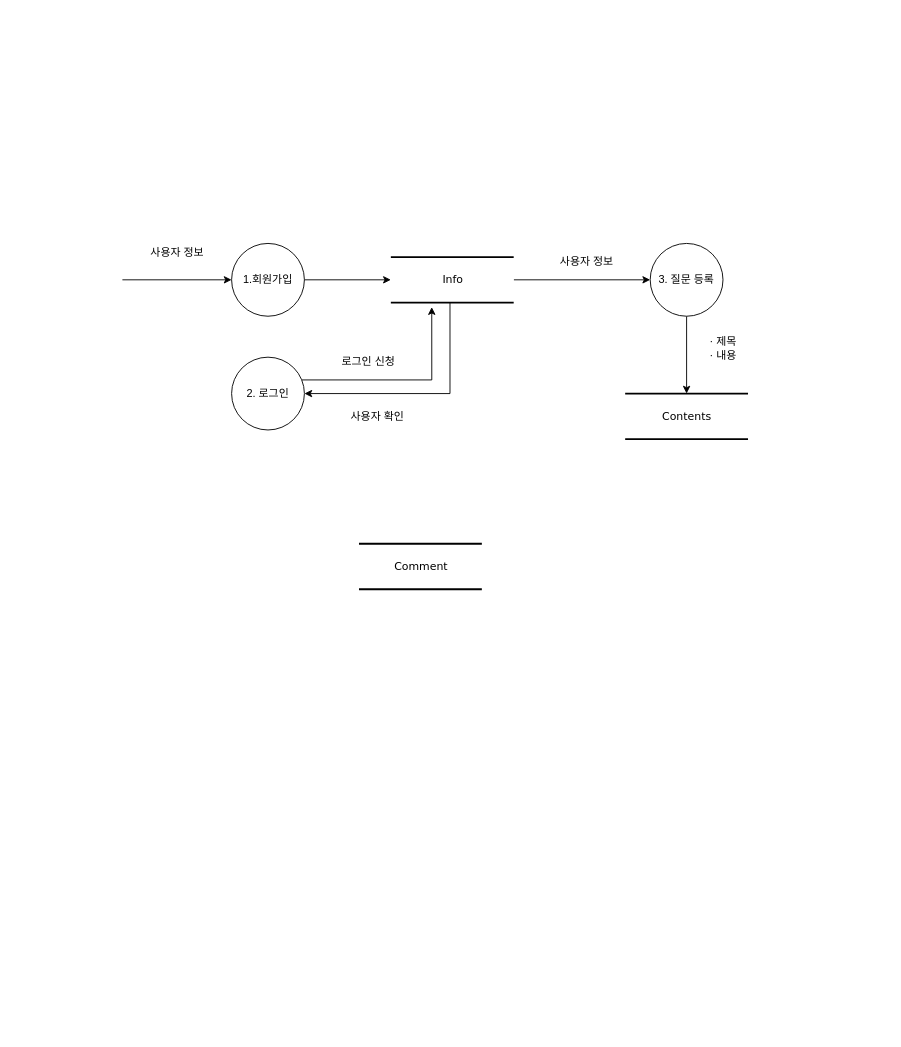
Above: Untitled Diagram.drawio in gmg0521/whY (draw.io), before the change. Source tidied: cells renumbered, new cells numbered last; positions are measured from the earlier drawing's top-left corner, leaving out a move shared by most shapes. Both pictures are drawn from the tidied source at 91%, with x=0, y=0 at pixel (122, 243).
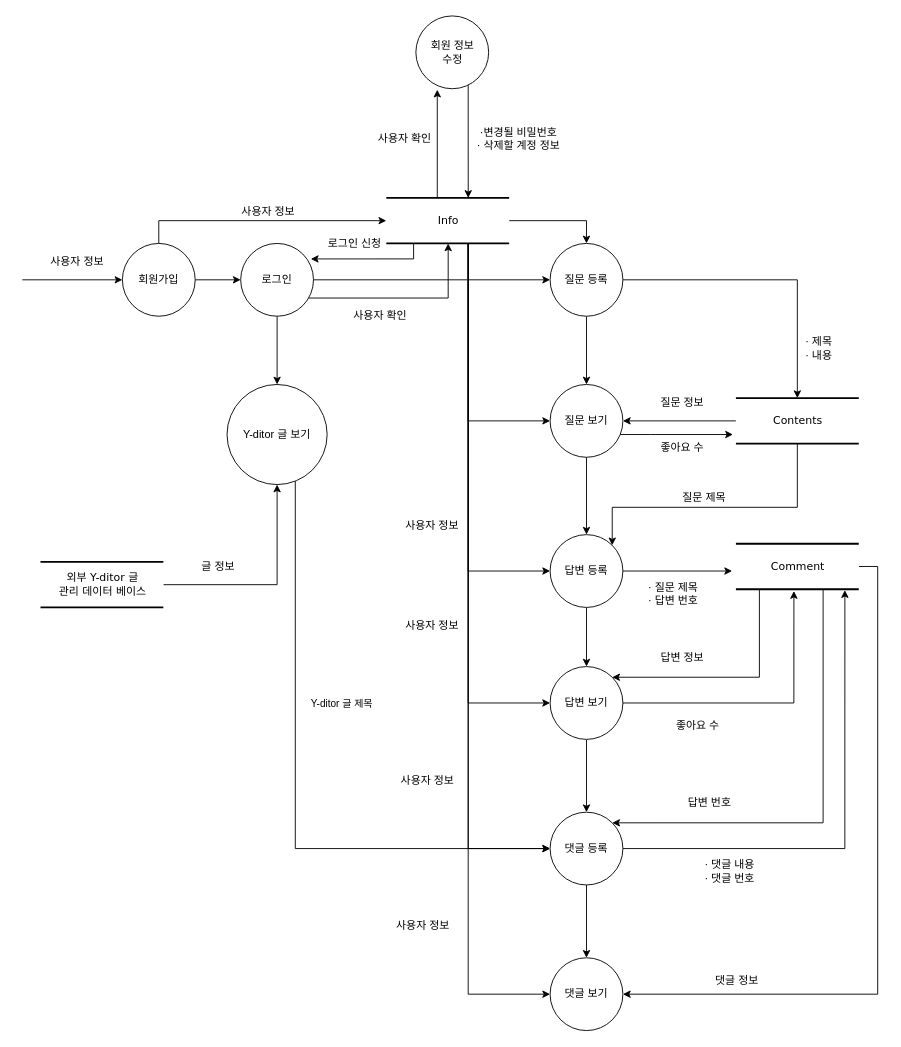
After the change.

Change to the diagram source:
```diff
@@
+    <mxCell id="19" style="edgeStyle=orthogonalEdgeStyle;rounded=0;jettySize=auto;html=1;entryX=1;entryY=0.5;entryDx=0;entryDy=0;" parent="1" edge="1" source="2" target="36">
+      <mxGeometry relative="1" as="geometry" />
+    </mxCell>
+    <mxCell id="20" style="edgeStyle=orthogonalEdgeStyle;rounded=0;jettySize=auto;html=1;entryX=1;entryY=0;entryDx=0;entryDy=0;" parent="1" edge="1" source="2" target="40">
+      <mxGeometry relative="1" as="geometry">
+        <Array as="points">
+          <mxPoint x="742" y="290" />
+          <mxPoint x="538" y="290" />
+        </Array>
+      </mxGeometry>
+    </mxCell>
     <mxCell id="2" value="Contents" style="html=1;rounded=0;shadow=0;comic=0;labelBackgroundColor=none;strokeWidth=2;fontFamily=Verdana;fontSize=12;align=center;shape=mxgraph.ios7ui.horLines;" parent="1" vertex="1">
-      <mxGeometry x="552.5" y="165" width="135" height="50" as="geometry" />
+      <mxGeometry x="674.2" y="170" width="135" height="50" as="geometry" />
     </mxCell>
+    <mxCell id="21" style="edgeStyle=orthogonalEdgeStyle;rounded=0;jettySize=auto;html=1;entryX=1;entryY=0;entryDx=0;entryDy=0;" parent="1" edge="1" source="3" target="46">
+      <mxGeometry relative="1" as="geometry">
+        <Array as="points">
+          <mxPoint x="700" y="477" />
+        </Array>
+      </mxGeometry>
+    </mxCell>
+    <mxCell id="22" style="edgeStyle=orthogonalEdgeStyle;rounded=0;jettySize=auto;html=1;entryX=1;entryY=0;entryDx=0;entryDy=0;" parent="1" edge="1" source="3" target="53">
+      <mxGeometry relative="1" as="geometry">
+        <Array as="points">
+          <mxPoint x="770" y="637" />
+        </Array>
+      </mxGeometry>
+    </mxCell>
+    <mxCell id="23" style="edgeStyle=orthogonalEdgeStyle;rounded=0;jettySize=auto;html=1;entryX=1;entryY=0.5;entryDx=0;entryDy=0;" parent="1" edge="1" source="3" target="57">
+      <mxGeometry relative="1" as="geometry">
+        <Array as="points">
+          <mxPoint x="830" y="355" />
+          <mxPoint x="830" y="825" />
+        </Array>
+      </mxGeometry>
+    </mxCell>
     <mxCell id="3" value="Comment" style="html=1;rounded=0;shadow=0;comic=0;labelBackgroundColor=none;strokeWidth=2;fontFamily=Verdana;fontSize=12;align=center;shape=mxgraph.ios7ui.horLines;" parent="1" vertex="1">
-      <mxGeometry x="260" y="330" width="135" height="50" as="geometry" />
+      <mxGeometry x="674.2" y="330" width="135" height="50" as="geometry" />
     </mxCell>
+    <mxCell id="24" style="edgeStyle=orthogonalEdgeStyle;rounded=0;jettySize=auto;html=1;" parent="1" edge="1" source="6" target="36">
+      <mxGeometry relative="1" as="geometry">
+        <Array as="points">
+          <mxPoint x="380" y="195" />
+        </Array>
+      </mxGeometry>
+    </mxCell>
+    <mxCell id="25" style="edgeStyle=orthogonalEdgeStyle;rounded=0;jettySize=auto;html=1;entryX=0;entryY=0.5;entryDx=0;entryDy=0;" parent="1" edge="1" source="6" target="40">
+      <mxGeometry relative="1" as="geometry">
+        <Array as="points">
+          <mxPoint x="380" y="360" />
+        </Array>
+      </mxGeometry>
+    </mxCell>
+    <mxCell id="26" style="edgeStyle=orthogonalEdgeStyle;rounded=0;jettySize=auto;html=1;entryX=0;entryY=0.5;entryDx=0;entryDy=0;" parent="1" edge="1" source="6" target="46">
+      <mxGeometry relative="1" as="geometry">
+        <Array as="points">
+          <mxPoint x="380" y="505" />
+        </Array>
+      </mxGeometry>
+    </mxCell>
+    <mxCell id="27" style="edgeStyle=orthogonalEdgeStyle;rounded=0;jettySize=auto;html=1;entryX=0;entryY=0.5;entryDx=0;entryDy=0;" parent="1" edge="1" source="6" target="53">
+      <mxGeometry relative="1" as="geometry">
+        <Array as="points">
+          <mxPoint x="380" y="665" />
+        </Array>
+      </mxGeometry>
+    </mxCell>
+    <mxCell id="28" style="edgeStyle=orthogonalEdgeStyle;rounded=0;jettySize=auto;html=1;entryX=0;entryY=0.5;entryDx=0;entryDy=0;" parent="1" edge="1" source="6" target="57">
+      <mxGeometry relative="1" as="geometry">
+        <Array as="points">
+          <mxPoint x="380" y="825" />
+        </Array>
+      </mxGeometry>
+    </mxCell>
+    <mxCell id="29" style="edgeStyle=orthogonalEdgeStyle;rounded=0;jettySize=auto;html=1;entryX=0.294;entryY=1.013;entryDx=0;entryDy=0;entryPerimeter=0;" parent="1" edge="1" source="6" target="61">
+      <mxGeometry relative="1" as="geometry">
+        <Array as="points">
+          <mxPoint x="346" y="-20" />
+          <mxPoint x="346" y="-20" />
+        </Array>
+      </mxGeometry>
+    </mxCell>
-    <mxCell id="4" style="edgeStyle=orthogonalEdgeStyle;rounded=0;jettySize=auto;html=1;entryX=1;entryY=0.5;entryDx=0;entryDy=0;" parent="1" edge="1" source="6" target="12">
+    <mxCell id="4" style="edgeStyle=orthogonalEdgeStyle;rounded=0;jettySize=auto;html=1;entryX=0.963;entryY=0.213;entryDx=0;entryDy=0;entryPerimeter=0;" parent="1" edge="1" source="6" target="12">
       <mxGeometry relative="1" as="geometry">
         <Array as="points">
-          <mxPoint x="360" y="165" />
+          <mxPoint x="320" y="17" />
         </Array>
       </mxGeometry>
     </mxCell>
-    <mxCell id="5" style="edgeStyle=orthogonalEdgeStyle;rounded=0;jettySize=auto;html=1;entryX=0;entryY=0.5;entryDx=0;entryDy=0;" parent="1" edge="1" source="6" target="16">
+    <mxCell id="5" style="edgeStyle=orthogonalEdgeStyle;rounded=0;jettySize=auto;html=1;entryX=0.5;entryY=0;entryDx=0;entryDy=0;" parent="1" edge="1" source="6" target="16">
       <mxGeometry relative="1" as="geometry" />
     </mxCell>
     <mxCell id="6" value="Info" style="html=1;rounded=0;shadow=0;comic=0;labelBackgroundColor=none;strokeWidth=2;fontFamily=Verdana;fontSize=12;align=center;shape=mxgraph.ios7ui.horLines;" parent="1" vertex="1">
-      <mxGeometry x="295" y="15" width="135" height="50" as="geometry" />
+      <mxGeometry x="290" y="-50" width="135" height="50" as="geometry" />
     </mxCell>
     <mxCell id="7" style="endArrow=classic;html=1;rounded=0;entryX=0;entryY=0.5;entryDx=0;entryDy=0;" parent="1" edge="1" target="9">
       <mxGeometry relative="1" as="geometry">
-        <mxPoint y="40" as="sourcePoint" />
+        <mxPoint x="-110" y="40" as="sourcePoint" />
       </mxGeometry>
     </mxCell>
+    <mxCell id="30" style="edgeStyle=orthogonalEdgeStyle;rounded=0;jettySize=auto;html=1;" parent="1" edge="1" source="9" target="12">
+      <mxGeometry relative="1" as="geometry" />
+    </mxCell>
     <mxCell id="8" style="edgeStyle=orthogonalEdgeStyle;rounded=0;jettySize=auto;html=1;" parent="1" edge="1" source="9" target="6">
-      <mxGeometry relative="1" as="geometry" />
+      <mxGeometry relative="1" as="geometry">
+        <Array as="points">
+          <mxPoint x="40" y="-25" />
+        </Array>
+      </mxGeometry>
     </mxCell>
-    <mxCell id="9" value="1.회원가입" style="ellipse;whiteSpace=wrap;html=1;" parent="1" vertex="1">
-      <mxGeometry x="120" width="80" height="80" as="geometry" />
+    <mxCell id="9" value="회원가입" style="ellipse;whiteSpace=wrap;html=1;" parent="1" vertex="1">
+      <mxGeometry width="80" height="80" as="geometry" />
     </mxCell>
     <mxCell id="10" value="사용자 정보" style="text;html=1;align=center;verticalAlign=middle;strokeColor=none;fillColor=none;" parent="1" vertex="1">
-      <mxGeometry x="20" width="80" height="20" as="geometry" />
+      <mxGeometry x="-90" y="10" width="80" height="20" as="geometry" />
     </mxCell>
+    <mxCell id="31" style="edgeStyle=orthogonalEdgeStyle;rounded=0;jettySize=auto;html=1;" parent="1" edge="1" source="12" target="66">
+      <mxGeometry relative="1" as="geometry" />
+    </mxCell>
-    <mxCell id="11" style="edgeStyle=orthogonalEdgeStyle;rounded=0;jettySize=auto;html=1;entryX=0.333;entryY=1.1;entryDx=0;entryDy=0;entryPerimeter=0;" parent="1" edge="1" source="12" target="6">
+    <mxCell id="11" style="edgeStyle=orthogonalEdgeStyle;rounded=0;jettySize=auto;html=1;" parent="1" edge="1" source="12" target="6">
       <mxGeometry relative="1" as="geometry">
         <Array as="points">
-          <mxPoint x="340" y="150" />
+          <mxPoint x="358" y="60" />
         </Array>
       </mxGeometry>
     </mxCell>
+    <mxCell id="32" style="edgeStyle=orthogonalEdgeStyle;rounded=0;jettySize=auto;html=1;" parent="1" edge="1" source="12" target="16">
+      <mxGeometry relative="1" as="geometry" />
+    </mxCell>
-    <mxCell id="12" value="2. 로그인" style="ellipse;whiteSpace=wrap;html=1;" parent="1" vertex="1">
-      <mxGeometry x="120" y="125" width="80" height="80" as="geometry" />
+    <mxCell id="12" value="로그인" style="ellipse;whiteSpace=wrap;html=1;" parent="1" vertex="1">
+      <mxGeometry x="130" width="80" height="80" as="geometry" />
     </mxCell>
     <mxCell id="13" value="사용자 확인" style="text;html=1;align=center;verticalAlign=middle;strokeColor=none;fillColor=none;" parent="1" vertex="1">
-      <mxGeometry x="240" y="180" width="80" height="20" as="geometry" />
+      <mxGeometry x="242.5" y="70" width="80" height="20" as="geometry" />
     </mxCell>
     <mxCell id="14" value="로그인 신청" style="text;html=1;align=center;verticalAlign=middle;strokeColor=none;fillColor=none;" parent="1" vertex="1">
-      <mxGeometry x="230" y="120" width="80" height="20" as="geometry" />
+      <mxGeometry x="215" y="-10" width="80" height="20" as="geometry" />
     </mxCell>
@@
+    <mxCell id="33" style="edgeStyle=orthogonalEdgeStyle;rounded=0;jettySize=auto;html=1;entryX=0.5;entryY=0;entryDx=0;entryDy=0;" parent="1" edge="1" source="16" target="36">
+      <mxGeometry relative="1" as="geometry" />
+    </mxCell>
-    <mxCell id="16" value="3. 질문 등록" style="ellipse;whiteSpace=wrap;html=1;" parent="1" vertex="1">
-      <mxGeometry x="580" width="80" height="80" as="geometry" />
+    <mxCell id="16" value="질문 등록" style="ellipse;whiteSpace=wrap;html=1;" parent="1" vertex="1">
+      <mxGeometry x="470" width="80" height="80" as="geometry" />
     </mxCell>
-    <mxCell id="17" value="사용자 정보" style="text;html=1;align=center;verticalAlign=middle;strokeColor=none;fillColor=none;" parent="1" vertex="1">
-      <mxGeometry x="470" y="10" width="80" height="20" as="geometry" />
-    </mxCell>
     <mxCell id="18" value="· 제목&lt;br&gt;· 내용" style="text;html=1;align=center;verticalAlign=middle;strokeColor=none;fillColor=none;" parent="1" vertex="1">
-      <mxGeometry x="635" y="100" width="50" height="30" as="geometry" />
+      <mxGeometry x="740" y="100" width="50" height="30" as="geometry" />
     </mxCell>
+    <mxCell id="34" style="edgeStyle=orthogonalEdgeStyle;rounded=0;jettySize=auto;html=1;entryX=-0.024;entryY=0.8;entryDx=0;entryDy=0;entryPerimeter=0;" parent="1" edge="1" source="36" target="2">
+      <mxGeometry relative="1" as="geometry">
+        <Array as="points">
+          <mxPoint x="580" y="210" />
+          <mxPoint x="580" y="210" />
+        </Array>
+      </mxGeometry>
+    </mxCell>
+    <mxCell id="35" style="edgeStyle=orthogonalEdgeStyle;rounded=0;jettySize=auto;html=1;entryX=0.5;entryY=0;entryDx=0;entryDy=0;" parent="1" edge="1" source="36" target="40">
+      <mxGeometry relative="1" as="geometry" />
+    </mxCell>
+    <mxCell id="36" value="질문 보기" style="ellipse;whiteSpace=wrap;html=1;" parent="1" vertex="1">
+      <mxGeometry x="470" y="155" width="80" height="80" as="geometry" />
+    </mxCell>
+    <mxCell id="37" value="질문 정보" style="text;html=1;align=center;verticalAlign=middle;strokeColor=none;fillColor=none;" parent="1" vertex="1">
+      <mxGeometry x="580" y="165" width="70" height="20" as="geometry" />
+    </mxCell>
+    <mxCell id="38" style="edgeStyle=orthogonalEdgeStyle;rounded=0;jettySize=auto;html=1;entryX=-0.031;entryY=0.6;entryDx=0;entryDy=0;entryPerimeter=0;" parent="1" edge="1" source="40" target="3">
+      <mxGeometry relative="1" as="geometry" />
+    </mxCell>
+    <mxCell id="39" style="edgeStyle=orthogonalEdgeStyle;rounded=0;jettySize=auto;html=1;" parent="1" edge="1" source="40" target="46">
+      <mxGeometry relative="1" as="geometry" />
+    </mxCell>
+    <mxCell id="40" value="답변 등록" style="ellipse;whiteSpace=wrap;html=1;" parent="1" vertex="1">
+      <mxGeometry x="470" y="320" width="80" height="80" as="geometry" />
+    </mxCell>
+    <mxCell id="41" value="질문 제목" style="text;html=1;align=center;verticalAlign=middle;strokeColor=none;fillColor=none;" parent="1" vertex="1">
+      <mxGeometry x="604.2" y="270" width="70" height="20" as="geometry" />
+    </mxCell>
+    <mxCell id="42" value="· 질문 제목&lt;br&gt;· 답변 번호" style="text;html=1;align=center;verticalAlign=middle;strokeColor=none;fillColor=none;" parent="1" vertex="1">
+      <mxGeometry x="570" y="370" width="70" height="30" as="geometry" />
+    </mxCell>
+    <mxCell id="43" value="사용자 정보" style="text;html=1;align=center;verticalAlign=middle;strokeColor=none;fillColor=none;" parent="1" vertex="1">
+      <mxGeometry x="300" y="300" width="80" height="20" as="geometry" />
+    </mxCell>
+    <mxCell id="44" style="edgeStyle=orthogonalEdgeStyle;rounded=0;jettySize=auto;html=1;entryX=0.472;entryY=1.04;entryDx=0;entryDy=0;entryPerimeter=0;" parent="1" edge="1" source="46" target="3">
+      <mxGeometry relative="1" as="geometry" />
+    </mxCell>
+    <mxCell id="45" style="edgeStyle=orthogonalEdgeStyle;rounded=0;jettySize=auto;html=1;" parent="1" edge="1" source="46" target="53">
+      <mxGeometry relative="1" as="geometry" />
+    </mxCell>
+    <mxCell id="46" value="답변 보기" style="ellipse;whiteSpace=wrap;html=1;" parent="1" vertex="1">
+      <mxGeometry x="470" y="465" width="80" height="80" as="geometry" />
+    </mxCell>
+    <mxCell id="47" value="사용자 정보" style="text;html=1;align=center;verticalAlign=middle;strokeColor=none;fillColor=none;" parent="1" vertex="1">
+      <mxGeometry x="300" y="410" width="80" height="20" as="geometry" />
+    </mxCell>
+    <mxCell id="48" value="답변 정보" style="text;html=1;align=center;verticalAlign=middle;strokeColor=none;fillColor=none;" parent="1" vertex="1">
+      <mxGeometry x="580" y="445" width="70" height="20" as="geometry" />
+    </mxCell>
+    <mxCell id="49" value="좋아요 수" style="text;html=1;align=center;verticalAlign=middle;strokeColor=none;fillColor=none;" parent="1" vertex="1">
+      <mxGeometry x="580" y="215" width="70" height="20" as="geometry" />
+    </mxCell>
+    <mxCell id="50" value="좋아요 수" style="text;html=1;align=center;verticalAlign=middle;strokeColor=none;fillColor=none;" parent="1" vertex="1">
+      <mxGeometry x="596.7" y="520" width="70" height="20" as="geometry" />
+    </mxCell>
+    <mxCell id="51" style="edgeStyle=orthogonalEdgeStyle;rounded=0;jettySize=auto;html=1;entryX=0.887;entryY=1.02;entryDx=0;entryDy=0;entryPerimeter=0;" parent="1" edge="1" source="53" target="3">
+      <mxGeometry relative="1" as="geometry" />
+    </mxCell>
+    <mxCell id="52" style="edgeStyle=orthogonalEdgeStyle;rounded=0;jettySize=auto;html=1;" parent="1" edge="1" source="53" target="57">
+      <mxGeometry relative="1" as="geometry" />
+    </mxCell>
+    <mxCell id="53" value="댓글 등록" style="ellipse;whiteSpace=wrap;html=1;" parent="1" vertex="1">
+      <mxGeometry x="470" y="625" width="80" height="80" as="geometry" />
+    </mxCell>
+    <mxCell id="54" value="사용자 정보" style="text;html=1;align=center;verticalAlign=middle;strokeColor=none;fillColor=none;" parent="1" vertex="1">
+      <mxGeometry x="295" y="580" width="80" height="20" as="geometry" />
+    </mxCell>
+    <mxCell id="55" value="답변 번호" style="text;html=1;align=center;verticalAlign=middle;strokeColor=none;fillColor=none;" parent="1" vertex="1">
+      <mxGeometry x="610" y="605" width="70" height="20" as="geometry" />
+    </mxCell>
+    <mxCell id="56" value="· 댓글 내용&lt;br&gt;· 댓글 번호" style="text;html=1;align=center;verticalAlign=middle;strokeColor=none;fillColor=none;" parent="1" vertex="1">
+      <mxGeometry x="631.7" y="675" width="70" height="30" as="geometry" />
+    </mxCell>
+    <mxCell id="57" value="댓글 보기" style="ellipse;whiteSpace=wrap;html=1;" parent="1" vertex="1">
+      <mxGeometry x="470" y="785" width="80" height="80" as="geometry" />
+    </mxCell>
+    <mxCell id="58" value="사용자 정보" style="text;html=1;align=center;verticalAlign=middle;strokeColor=none;fillColor=none;" parent="1" vertex="1">
+      <mxGeometry x="290" y="740" width="80" height="20" as="geometry" />
+    </mxCell>
+    <mxCell id="59" value="댓글 정보" style="text;html=1;align=center;verticalAlign=middle;strokeColor=none;fillColor=none;" parent="1" vertex="1">
+      <mxGeometry x="640" y="800" width="70" height="20" as="geometry" />
+    </mxCell>
+    <mxCell id="60" style="edgeStyle=orthogonalEdgeStyle;rounded=0;jettySize=auto;html=1;entryX=0.667;entryY=0;entryDx=0;entryDy=0;entryPerimeter=0;" parent="1" edge="1" source="61" target="6">
+      <mxGeometry relative="1" as="geometry">
+        <Array as="points">
+          <mxPoint x="380" y="-140" />
+          <mxPoint x="380" y="-140" />
+        </Array>
+      </mxGeometry>
+    </mxCell>
+    <mxCell id="61" value="회원 정보&lt;br&gt;수정" style="ellipse;whiteSpace=wrap;html=1;" parent="1" vertex="1">
+      <mxGeometry x="322.5" y="-250" width="80" height="80" as="geometry" />
+    </mxCell>
+    <mxCell id="62" value="·변경될 비밀번호&lt;br&gt;· 삭제할 계정 정보" style="text;html=1;align=center;verticalAlign=middle;strokeColor=none;fillColor=none;" parent="1" vertex="1">
+      <mxGeometry x="380" y="-130" width="110" height="30" as="geometry" />
+    </mxCell>
+    <mxCell id="63" value="사용자 확인" style="text;html=1;align=center;verticalAlign=middle;strokeColor=none;fillColor=none;" parent="1" vertex="1">
+      <mxGeometry x="270" y="-125" width="80" height="20" as="geometry" />
+    </mxCell>
+    <mxCell id="64" style="edgeStyle=orthogonalEdgeStyle;rounded=0;jettySize=auto;html=1;entryX=0;entryY=0.5;entryDx=0;entryDy=0;" parent="1" edge="1" source="66" target="53">
+      <mxGeometry relative="1" as="geometry">
+        <Array as="points">
+          <mxPoint x="190" y="665" />
+        </Array>
+      </mxGeometry>
+    </mxCell>
+    <mxCell id="65" value="Y-ditor 글 제목" style="edgeLabel;html=1;align=center;verticalAlign=middle;" parent="64" vertex="1">
+      <mxGeometry x="-0.28" y="-2" relative="1" as="geometry">
+        <mxPoint x="52" y="-2" as="offset" />
+      </mxGeometry>
+    </mxCell>
+    <mxCell id="66" value="Y-ditor 글 보기" style="ellipse;whiteSpace=wrap;html=1;" parent="1" vertex="1">
+      <mxGeometry x="115" y="155" width="110" height="110" as="geometry" />
+    </mxCell>
+    <mxCell id="67" style="edgeStyle=orthogonalEdgeStyle;rounded=0;jettySize=auto;html=1;" parent="1" edge="1" source="68" target="66">
+      <mxGeometry relative="1" as="geometry" />
+    </mxCell>
+    <mxCell id="68" value="외부 Y-ditor 글&lt;br&gt;관리 데이터 베이스" style="html=1;rounded=0;shadow=0;comic=0;labelBackgroundColor=none;strokeWidth=2;fontFamily=Verdana;fontSize=12;align=center;shape=mxgraph.ios7ui.horLines;" parent="1" vertex="1">
+      <mxGeometry x="-90" y="350" width="135" height="50" as="geometry" />
+    </mxCell>
+    <mxCell id="69" value="글 정보" style="text;html=1;align=center;verticalAlign=middle;strokeColor=none;fillColor=none;" parent="1" vertex="1">
+      <mxGeometry x="80" y="345" width="50" height="20" as="geometry" />
+    </mxCell>
+    <mxCell id="70" value="사용자 정보" style="text;html=1;align=center;verticalAlign=middle;strokeColor=none;fillColor=none;" parent="1" vertex="1">
+      <mxGeometry x="120" y="-45" width="80" height="20" as="geometry" />
+    </mxCell>
```
